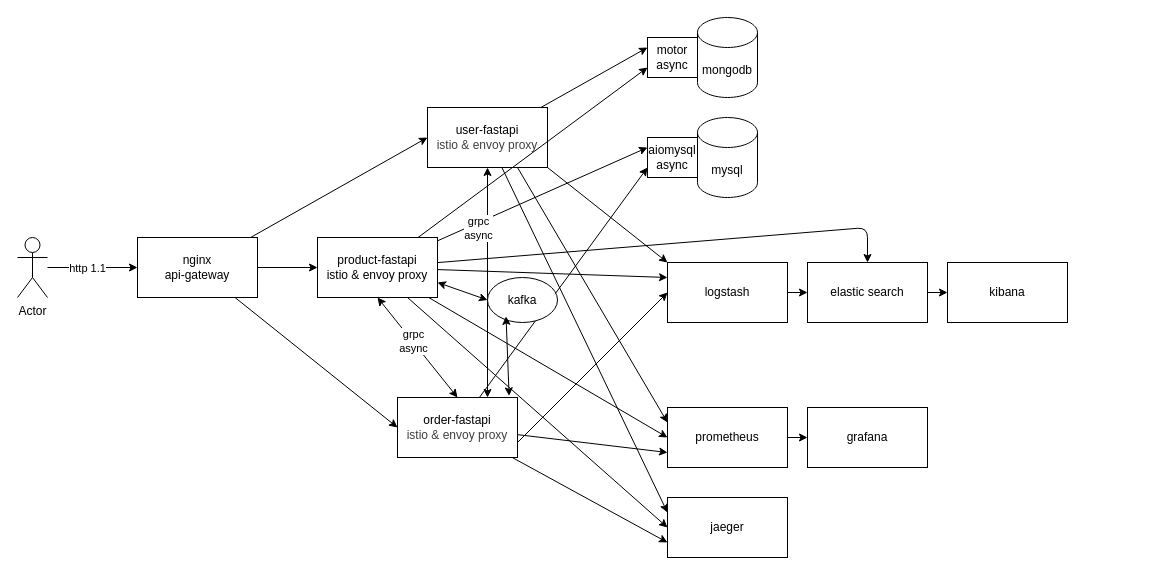
Doohwancho/ecommerce_msa keeps this draw.io diagram as documents/architecture.drawio. Above is the earlier version. Source tidied: cells renumbered, new cells numbered last; positions are measured from the earlier drawing's top-left corner, leaving out a move shared by most shapes. Both pictures are drawn from the tidied source at 100%, with x=0, y=0 at pixel (17, 17).
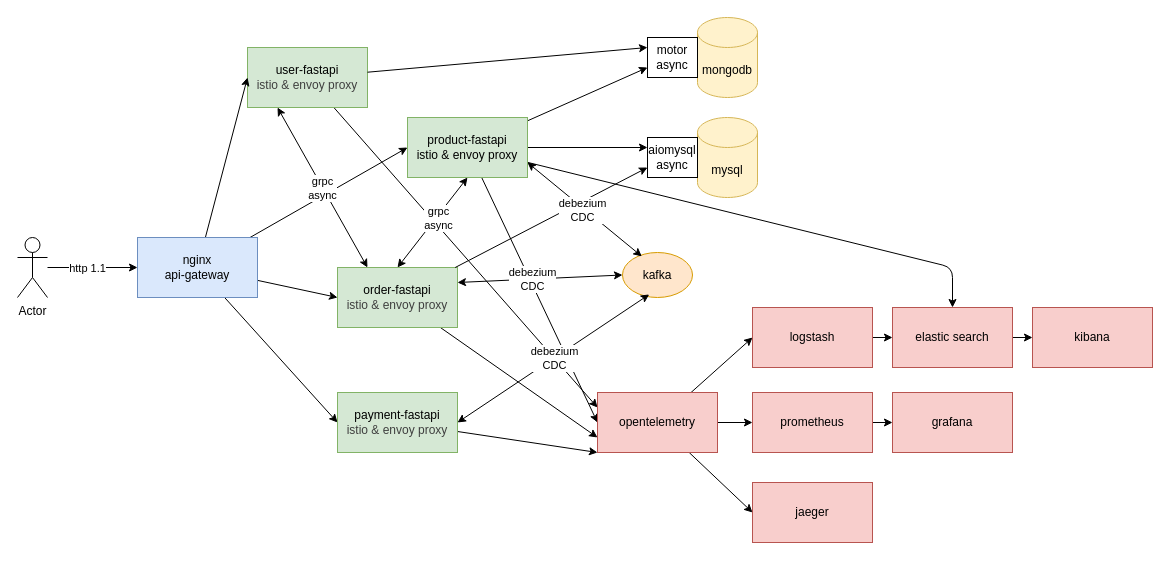
The same page after the edit.

Diff of the diagram source:
```diff
@@
-    <mxCell id="2" value="mysql" style="shape=cylinder3;whiteSpace=wrap;html=1;boundedLbl=1;backgroundOutline=1;size=15;" parent="1" vertex="1">
+    <mxCell id="2" value="mysql" style="shape=cylinder3;whiteSpace=wrap;html=1;boundedLbl=1;backgroundOutline=1;size=15;fillColor=#fff2cc;strokeColor=#d6b656;" parent="1" vertex="1">
       <mxGeometry x="680" y="100" width="60" height="80" as="geometry" />
     </mxCell>
-    <mxCell id="3" value="mongodb" style="shape=cylinder3;whiteSpace=wrap;html=1;boundedLbl=1;backgroundOutline=1;size=15;" parent="1" vertex="1">
+    <mxCell id="3" value="mongodb" style="shape=cylinder3;whiteSpace=wrap;html=1;boundedLbl=1;backgroundOutline=1;size=15;fillColor=#fff2cc;strokeColor=#d6b656;" parent="1" vertex="1">
       <mxGeometry x="680" width="60" height="80" as="geometry" />
     </mxCell>
-    <mxCell id="4" style="edgeStyle=none;html=1;exitX=1;exitY=1;exitDx=0;exitDy=0;entryX=0;entryY=0;entryDx=0;entryDy=0;" parent="1" edge="1" source="7" target="29">
-      <mxGeometry relative="1" as="geometry" />
-    </mxCell>
-    <mxCell id="5" style="edgeStyle=none;html=1;exitX=0.75;exitY=1;exitDx=0;exitDy=0;entryX=0;entryY=0.25;entryDx=0;entryDy=0;" parent="1" edge="1" source="7" target="41">
-      <mxGeometry relative="1" as="geometry" />
-    </mxCell>
-    <mxCell id="6" style="edgeStyle=none;html=1;entryX=0;entryY=0.25;entryDx=0;entryDy=0;" parent="1" edge="1" source="7" target="43">
-      <mxGeometry relative="1" as="geometry" />
-    </mxCell>
+    <mxCell id="46" style="edgeStyle=none;html=1;entryX=0;entryY=0.25;entryDx=0;entryDy=0;" parent="1" edge="1" source="7" target="55">
+      <mxGeometry relative="1" as="geometry" />
+    </mxCell>
-    <mxCell id="7" value="user-fastapi&lt;div&gt;&lt;span style=&quot;color: rgb(63, 63, 63);&quot;&gt;istio &amp;amp; envoy proxy&lt;/span&gt;&lt;/div&gt;" style="rounded=0;whiteSpace=wrap;html=1;" parent="1" vertex="1">
-      <mxGeometry x="410" y="90" width="120" height="60" as="geometry" />
+    <mxCell id="7" value="user-fastapi&lt;div&gt;&lt;span style=&quot;color: rgb(63, 63, 63);&quot;&gt;istio &amp;amp; envoy proxy&lt;/span&gt;&lt;/div&gt;" style="rounded=0;whiteSpace=wrap;html=1;fillColor=#d5e8d4;strokeColor=#82b366;" parent="1" vertex="1">
+      <mxGeometry x="230" y="30" width="120" height="60" as="geometry" />
     </mxCell>
-    <mxCell id="8" style="edgeStyle=none;html=1;exitX=1;exitY=0.75;exitDx=0;exitDy=0;entryX=0;entryY=0.5;entryDx=0;entryDy=0;" parent="1" edge="1" source="11" target="29">
-      <mxGeometry relative="1" as="geometry" />
-    </mxCell>
-    <mxCell id="9" style="edgeStyle=none;html=1;entryX=0;entryY=0.75;entryDx=0;entryDy=0;" parent="1" edge="1" source="11" target="41">
-      <mxGeometry relative="1" as="geometry" />
-    </mxCell>
-    <mxCell id="10" style="edgeStyle=none;html=1;entryX=0;entryY=0.75;entryDx=0;entryDy=0;" parent="1" edge="1" source="11" target="43">
-      <mxGeometry relative="1" as="geometry" />
-    </mxCell>
+    <mxCell id="47" style="edgeStyle=none;html=1;entryX=0;entryY=0.75;entryDx=0;entryDy=0;" parent="1" edge="1" source="11" target="55">
+      <mxGeometry relative="1" as="geometry" />
+    </mxCell>
-    <mxCell id="11" value="order-fastapi&lt;div&gt;&lt;span style=&quot;color: rgb(63, 63, 63);&quot;&gt;istio &amp;amp; envoy proxy&lt;/span&gt;&lt;/div&gt;" style="rounded=0;whiteSpace=wrap;html=1;" parent="1" vertex="1">
-      <mxGeometry x="380" y="380" width="120" height="60" as="geometry" />
+    <mxCell id="11" value="order-fastapi&lt;div&gt;&lt;span style=&quot;color: rgb(63, 63, 63);&quot;&gt;istio &amp;amp; envoy proxy&lt;/span&gt;&lt;/div&gt;" style="rounded=0;whiteSpace=wrap;html=1;fillColor=#d5e8d4;strokeColor=#82b366;" parent="1" vertex="1">
+      <mxGeometry x="320" y="250" width="120" height="60" as="geometry" />
     </mxCell>
-    <mxCell id="12" style="edgeStyle=none;html=1;entryX=0;entryY=0.25;entryDx=0;entryDy=0;" parent="1" edge="1" source="16" target="29">
-      <mxGeometry relative="1" as="geometry" />
-    </mxCell>
-    <mxCell id="13" style="edgeStyle=none;html=1;entryX=0;entryY=0.5;entryDx=0;entryDy=0;" parent="1" edge="1" source="16" target="41">
-      <mxGeometry relative="1" as="geometry" />
-    </mxCell>
-    <mxCell id="14" style="edgeStyle=none;html=1;exitX=0.75;exitY=1;exitDx=0;exitDy=0;entryX=0;entryY=0.5;entryDx=0;entryDy=0;" parent="1" edge="1" source="16" target="43">
-      <mxGeometry relative="1" as="geometry" />
-    </mxCell>
     <mxCell id="15" style="edgeStyle=none;html=1;entryX=0.5;entryY=0;entryDx=0;entryDy=0;" parent="1" edge="1" source="16" target="31">
       <mxGeometry relative="1" as="geometry">
         <Array as="points">
-          <mxPoint x="850" y="210" />
+          <mxPoint x="935" y="250" />
         </Array>
       </mxGeometry>
     </mxCell>
-    <mxCell id="16" value="product-fastapi&lt;div&gt;istio &amp;amp; envoy proxy&lt;/div&gt;" style="rounded=0;whiteSpace=wrap;html=1;" parent="1" vertex="1">
-      <mxGeometry x="300" y="220" width="120" height="60" as="geometry" />
-    </mxCell>
+    <mxCell id="48" style="edgeStyle=none;html=1;entryX=0;entryY=0.5;entryDx=0;entryDy=0;" parent="1" edge="1" source="16" target="55">
+      <mxGeometry relative="1" as="geometry" />
+    </mxCell>
@@
+    <mxCell id="23" style="edgeStyle=none;html=1;entryX=0;entryY=0.5;entryDx=0;entryDy=0;" parent="1" edge="1" source="24" target="11">
+      <mxGeometry relative="1" as="geometry" />
+    </mxCell>
@@
-    <mxCell id="23" style="edgeStyle=none;html=1;entryX=0;entryY=0.5;entryDx=0;entryDy=0;" parent="1" edge="1" source="24" target="11">
-      <mxGeometry relative="1" as="geometry" />
-    </mxCell>
+    <mxCell id="49" style="edgeStyle=none;html=1;entryX=0;entryY=0.5;entryDx=0;entryDy=0;" parent="1" edge="1" source="24" target="57">
+      <mxGeometry relative="1" as="geometry" />
+    </mxCell>
-    <mxCell id="24" value="nginx&lt;div&gt;api-gateway&lt;/div&gt;" style="rounded=0;whiteSpace=wrap;html=1;" parent="1" vertex="1">
+    <mxCell id="24" value="nginx&lt;div&gt;api-gateway&lt;/div&gt;" style="rounded=0;whiteSpace=wrap;html=1;fillColor=#dae8fc;strokeColor=#6c8ebf;" parent="1" vertex="1">
       <mxGeometry x="120" y="220" width="120" height="60" as="geometry" />
     </mxCell>
@@
-    <mxCell id="29" value="logstash" style="rounded=0;whiteSpace=wrap;html=1;" parent="1" vertex="1">
-      <mxGeometry x="650" y="245" width="120" height="60" as="geometry" />
+    <mxCell id="29" value="logstash" style="rounded=0;whiteSpace=wrap;html=1;fillColor=#f8cecc;strokeColor=#b85450;" parent="1" vertex="1">
+      <mxGeometry x="735" y="290" width="120" height="60" as="geometry" />
     </mxCell>
@@
-    <mxCell id="31" value="elastic search" style="rounded=0;whiteSpace=wrap;html=1;" parent="1" vertex="1">
-      <mxGeometry x="790" y="245" width="120" height="60" as="geometry" />
+    <mxCell id="31" value="elastic search" style="rounded=0;whiteSpace=wrap;html=1;fillColor=#f8cecc;strokeColor=#b85450;" parent="1" vertex="1">
+      <mxGeometry x="875" y="290" width="120" height="60" as="geometry" />
     </mxCell>
-    <mxCell id="32" value="kibana" style="rounded=0;whiteSpace=wrap;html=1;" parent="1" vertex="1">
-      <mxGeometry x="930" y="245" width="120" height="60" as="geometry" />
+    <mxCell id="32" value="kibana" style="rounded=0;whiteSpace=wrap;html=1;fillColor=#f8cecc;strokeColor=#b85450;" parent="1" vertex="1">
+      <mxGeometry x="1015" y="290" width="120" height="60" as="geometry" />
     </mxCell>
@@
-    <mxCell id="35" style="endArrow=classic;startArrow=classic;html=1;entryX=0.5;entryY=1;entryDx=0;entryDy=0;exitX=0.75;exitY=0;exitDx=0;exitDy=0;" parent="1" edge="1" source="11" target="7">
+    <mxCell id="35" style="endArrow=classic;startArrow=classic;html=1;entryX=0.25;entryY=1;entryDx=0;entryDy=0;exitX=0.25;exitY=0;exitDx=0;exitDy=0;" parent="1" edge="1" source="11" target="7">
       <mxGeometry relative="1" as="geometry" />
     </mxCell>
     <mxCell id="36" value="grpc&lt;div&gt;async&lt;/div&gt;" style="edgeLabel;html=1;align=center;verticalAlign=middle;" parent="35" vertex="1">
       <mxGeometry x="0.02" y="2" relative="1" as="geometry">
-        <mxPoint x="-8" y="-53" as="offset" />
+        <mxPoint x="2" y="1" as="offset" />
       </mxGeometry>
     </mxCell>
-    <mxCell id="37" value="kafka" style="ellipse;whiteSpace=wrap;html=1;" parent="1" vertex="1">
-      <mxGeometry x="470" y="260" width="70" height="45" as="geometry" />
-    </mxCell>
-    <mxCell id="38" style="endArrow=classic;startArrow=classic;html=1;exitX=0.93;exitY=-0.027;exitDx=0;exitDy=0;exitPerimeter=0;entryX=0.265;entryY=0.864;entryDx=0;entryDy=0;entryPerimeter=0;" parent="1" edge="1" source="11" target="37">
+    <mxCell id="38" style="endArrow=classic;startArrow=classic;html=1;exitX=1;exitY=0.25;exitDx=0;exitDy=0;entryX=0;entryY=0.5;entryDx=0;entryDy=0;" parent="1" edge="1" source="11" target="37">
       <mxGeometry relative="1" as="geometry" />
     </mxCell>
-    <mxCell id="39" style="endArrow=classic;startArrow=classic;html=1;entryX=0;entryY=0.5;entryDx=0;entryDy=0;exitX=1;exitY=0.75;exitDx=0;exitDy=0;" parent="1" edge="1" source="16" target="37">
-      <mxGeometry relative="1" as="geometry" />
-    </mxCell>
+    <mxCell id="50" value="&lt;br&gt;&lt;div&gt;&lt;br&gt;&lt;/div&gt;" style="edgeLabel;html=1;align=center;verticalAlign=middle;" parent="38" vertex="1">
+      <mxGeometry x="-0.02" y="-2" relative="1" as="geometry" />
+    </mxCell>
+    <mxCell id="51" value="&lt;span style=&quot;color: rgb(0, 0, 0);&quot;&gt;debezium&lt;/span&gt;&lt;br&gt;&lt;span style=&quot;color: rgb(0, 0, 0);&quot;&gt;CDC&lt;/span&gt;" style="edgeLabel;html=1;align=center;verticalAlign=middle;" parent="38" vertex="1">
+      <mxGeometry x="-0.09" relative="1" as="geometry" />
+    </mxCell>
@@
-    <mxCell id="41" value="prometheus" style="rounded=0;whiteSpace=wrap;html=1;" parent="1" vertex="1">
-      <mxGeometry x="650" y="390" width="120" height="60" as="geometry" />
+    <mxCell id="41" value="prometheus" style="rounded=0;whiteSpace=wrap;html=1;fillColor=#f8cecc;strokeColor=#b85450;" parent="1" vertex="1">
+      <mxGeometry x="735" y="375" width="120" height="60" as="geometry" />
     </mxCell>
-    <mxCell id="42" value="grafana" style="rounded=0;whiteSpace=wrap;html=1;" parent="1" vertex="1">
-      <mxGeometry x="790" y="390" width="120" height="60" as="geometry" />
+    <mxCell id="42" value="grafana" style="rounded=0;whiteSpace=wrap;html=1;fillColor=#f8cecc;strokeColor=#b85450;" parent="1" vertex="1">
+      <mxGeometry x="875" y="375" width="120" height="60" as="geometry" />
     </mxCell>
-    <mxCell id="43" value="jaeger" style="rounded=0;whiteSpace=wrap;html=1;" parent="1" vertex="1">
-      <mxGeometry x="650" y="480" width="120" height="60" as="geometry" />
+    <mxCell id="43" value="jaeger" style="rounded=0;whiteSpace=wrap;html=1;fillColor=#f8cecc;strokeColor=#b85450;" parent="1" vertex="1">
+      <mxGeometry x="735" y="465" width="120" height="60" as="geometry" />
     </mxCell>
@@
+    <mxCell id="52" style="edgeStyle=none;html=1;entryX=0;entryY=0.5;entryDx=0;entryDy=0;" parent="1" edge="1" source="55" target="29">
+      <mxGeometry relative="1" as="geometry" />
+    </mxCell>
+    <mxCell id="53" style="edgeStyle=none;html=1;entryX=0;entryY=0.5;entryDx=0;entryDy=0;" parent="1" edge="1" source="55" target="41">
+      <mxGeometry relative="1" as="geometry" />
+    </mxCell>
+    <mxCell id="54" style="edgeStyle=none;html=1;entryX=0;entryY=0.5;entryDx=0;entryDy=0;" parent="1" edge="1" source="55" target="43">
+      <mxGeometry relative="1" as="geometry" />
+    </mxCell>
+    <mxCell id="55" value="opentelemetry" style="rounded=0;whiteSpace=wrap;html=1;fillColor=#f8cecc;strokeColor=#b85450;" parent="1" vertex="1">
+      <mxGeometry x="580" y="375" width="120" height="60" as="geometry" />
+    </mxCell>
+    <mxCell id="56" style="edgeStyle=none;html=1;entryX=0;entryY=1;entryDx=0;entryDy=0;" parent="1" edge="1" source="57" target="55">
+      <mxGeometry relative="1" as="geometry" />
+    </mxCell>
+    <mxCell id="57" value="payment-fastapi&lt;div&gt;&lt;span style=&quot;color: rgb(63, 63, 63);&quot;&gt;istio &amp;amp; envoy proxy&lt;/span&gt;&lt;/div&gt;" style="rounded=0;whiteSpace=wrap;html=1;fillColor=#d5e8d4;strokeColor=#82b366;" parent="1" vertex="1">
+      <mxGeometry x="320" y="375" width="120" height="60" as="geometry" />
+    </mxCell>
+    <mxCell id="37" value="kafka" style="ellipse;whiteSpace=wrap;html=1;fillColor=#ffe6cc;strokeColor=#d79b00;" parent="1" vertex="1">
+      <mxGeometry x="605" y="235" width="70" height="45" as="geometry" />
+    </mxCell>
+    <mxCell id="39" style="endArrow=classic;startArrow=classic;html=1;exitX=1;exitY=0.75;exitDx=0;exitDy=0;entryX=0.276;entryY=0.086;entryDx=0;entryDy=0;entryPerimeter=0;" parent="1" edge="1" source="16" target="37">
+      <mxGeometry relative="1" as="geometry" />
+    </mxCell>
+    <mxCell id="58" value="&lt;span style=&quot;color: rgb(0, 0, 0);&quot;&gt;debezium&lt;/span&gt;&lt;br&gt;&lt;span style=&quot;color: rgb(0, 0, 0);&quot;&gt;CDC&lt;/span&gt;" style="edgeLabel;html=1;align=center;verticalAlign=middle;" parent="39" vertex="1">
+      <mxGeometry x="-0.03" y="-2" relative="1" as="geometry" />
+    </mxCell>
+    <mxCell id="59" style="endArrow=classic;startArrow=classic;html=1;exitX=1;exitY=0.5;exitDx=0;exitDy=0;entryX=0.382;entryY=0.932;entryDx=0;entryDy=0;entryPerimeter=0;" parent="1" edge="1" source="57" target="37">
+      <mxGeometry relative="1" as="geometry" />
+    </mxCell>
+    <mxCell id="60" value="&lt;span style=&quot;color: rgb(0, 0, 0);&quot;&gt;debezium&lt;/span&gt;&lt;br&gt;&lt;span style=&quot;color: rgb(0, 0, 0);&quot;&gt;CDC&lt;/span&gt;" style="edgeLabel;html=1;align=center;verticalAlign=middle;" parent="59" vertex="1">
+      <mxGeometry x="0.01" relative="1" as="geometry" />
+    </mxCell>
+    <mxCell id="16" value="product-fastapi&lt;div&gt;istio &amp;amp; envoy proxy&lt;/div&gt;" style="rounded=0;whiteSpace=wrap;html=1;fillColor=#d5e8d4;strokeColor=#82b366;" parent="1" vertex="1">
+      <mxGeometry x="390" y="100" width="120" height="60" as="geometry" />
+    </mxCell>
```
